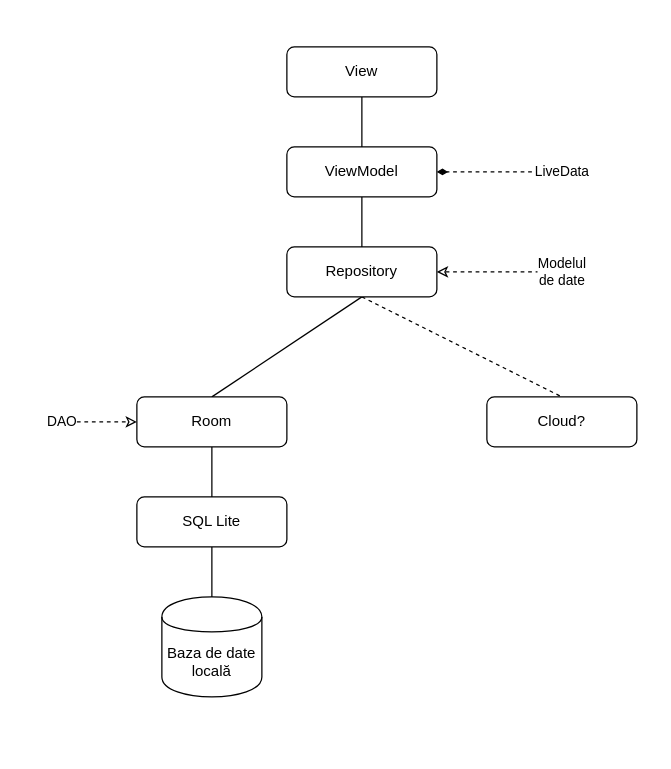
The draw.io diagram page "Baza de date" (2 of 8) of documentation/licenta.drawio in DanielMuresan1618/Do-Route, before the edit. Source tidied: cells renumbered, new cells numbered last; positions are measured from the earlier drawing's top-left corner, leaving out a move shared by most shapes. Both pictures are drawn from the tidied source at 125%, with x=0, y=0 at pixel (61, 46).
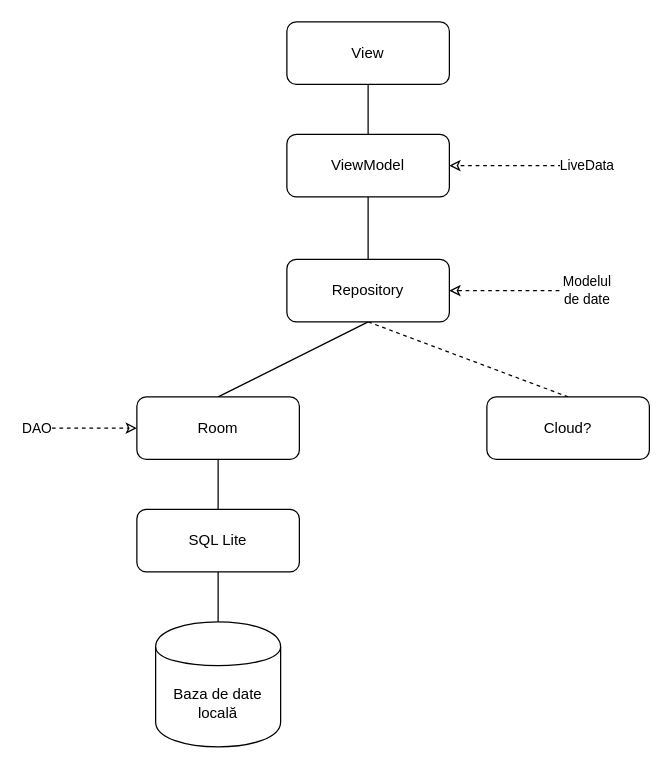
Above is the later version.

Change to the diagram source:
```diff
@@
     <mxCell id="2" value="View" style="rounded=1;whiteSpace=wrap;html=1;fillColor=#FFFFFF;" parent="1" vertex="1">
-      <mxGeometry x="180" width="120" height="40" as="geometry" />
+      <mxGeometry x="180" y="-20" width="130" height="50" as="geometry" />
     </mxCell>
@@
     <mxCell id="5" value="ViewModel" style="rounded=1;whiteSpace=wrap;html=1;fillColor=#FFFFFF;" parent="1" vertex="1">
-      <mxGeometry x="180" y="80" width="120" height="40" as="geometry" />
+      <mxGeometry x="180" y="70" width="130" height="50" as="geometry" />
     </mxCell>
@@
     <mxCell id="8" value="Repository" style="rounded=1;whiteSpace=wrap;html=1;fillColor=#FFFFFF;" parent="1" vertex="1">
-      <mxGeometry x="180" y="160" width="120" height="40" as="geometry" />
+      <mxGeometry x="180" y="170" width="130" height="50" as="geometry" />
     </mxCell>
@@
     <mxCell id="10" value="Room" style="rounded=1;whiteSpace=wrap;html=1;fillColor=#FFFFFF;" parent="1" vertex="1">
-      <mxGeometry x="60" y="280" width="120" height="40" as="geometry" />
+      <mxGeometry x="60" y="280" width="130" height="50" as="geometry" />
     </mxCell>
@@
     <mxCell id="12" value="SQL Lite" style="rounded=1;whiteSpace=wrap;html=1;fillColor=#FFFFFF;" parent="1" vertex="1">
-      <mxGeometry x="60" y="360" width="120" height="40" as="geometry" />
+      <mxGeometry x="60" y="370" width="130" height="50" as="geometry" />
     </mxCell>
     <mxCell id="13" value="Baza de date locală" style="shape=cylinder;whiteSpace=wrap;html=1;boundedLbl=1;backgroundOutline=1;fillColor=#FFFFFF;" parent="1" vertex="1">
-      <mxGeometry x="80" y="440" width="80" height="80" as="geometry" />
+      <mxGeometry x="75" y="460" width="100" height="100" as="geometry" />
     </mxCell>
     <mxCell id="14" value="Cloud?" style="rounded=1;whiteSpace=wrap;html=1;fillColor=#FFFFFF;" parent="1" vertex="1">
-      <mxGeometry x="340" y="280" width="120" height="40" as="geometry" />
+      <mxGeometry x="340" y="280" width="130" height="50" as="geometry" />
     </mxCell>
-    <mxCell id="15" value="LiveData" style="endArrow=diamondThin;html=1;dashed=1;entryX=1;entryY=0.5;entryDx=0;entryDy=0;endFill=1;" parent="1" edge="1" target="5">
-      <mxGeometry x="-1" relative="1" as="geometry">
-        <mxPoint x="400" y="100" as="sourcePoint" />
+    <mxCell id="15" value="LiveData" style="endArrow=classic;html=1;dashed=1;entryX=1;entryY=0.5;entryDx=0;entryDy=0;endFill=0;" parent="1" edge="1" target="5">
+      <mxGeometry x="-0.33" y="-50" relative="1" as="geometry">
+        <mxPoint x="400" y="95" as="sourcePoint" />
+        <Array as="points">
+          <mxPoint x="370" y="95" />
+        </Array>
+        <mxPoint x="50" y="50" as="offset" />
       </mxGeometry>
     </mxCell>
     <mxCell id="16" value="DAO" style="endArrow=classic;html=1;dashed=1;entryX=0;entryY=0.5;entryDx=0;entryDy=0;endFill=0;" parent="1" edge="1" target="10">
       <mxGeometry x="-1" relative="1" as="geometry">
-        <mxPoint y="300" as="sourcePoint" />
+        <mxPoint x="-20" y="305" as="sourcePoint" />
       </mxGeometry>
     </mxCell>
     <mxCell id="17" value="Modelul&lt;br&gt;de date" style="endArrow=classic;html=1;dashed=1;entryX=1;entryY=0.5;entryDx=0;entryDy=0;endFill=0;" parent="1" edge="1" target="8">
-      <mxGeometry x="-1" relative="1" as="geometry">
-        <mxPoint x="400" y="180" as="sourcePoint" />
+      <mxGeometry x="-1" y="-10" relative="1" as="geometry">
+        <mxPoint x="410" y="195" as="sourcePoint" />
+        <mxPoint x="10" y="10" as="offset" />
       </mxGeometry>
     </mxCell>
```
